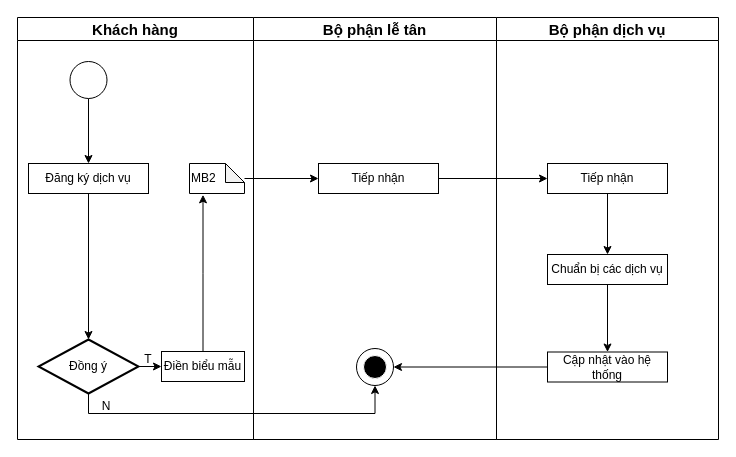
Before: chart_2.drawio in gakucode0602/Chart, a draw.io diagram. Source tidied: cells renumbered, new cells numbered last; positions are measured from the earlier drawing's top-left corner, leaving out a move shared by most shapes. Both pictures are drawn from the tidied source at 100%, with x=0, y=0 at pixel (17, 17).
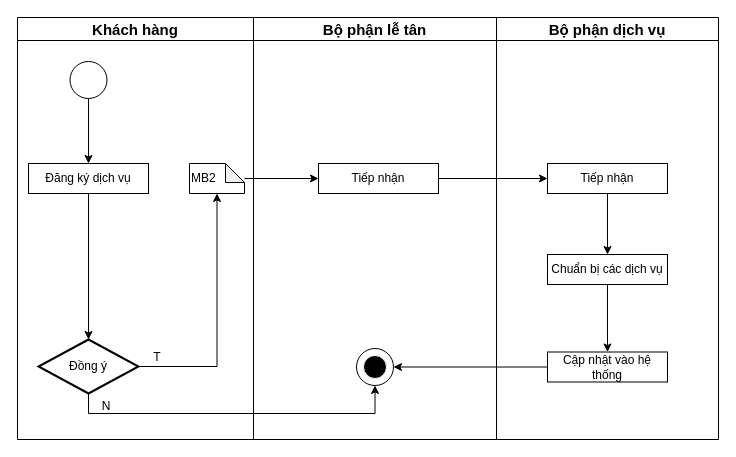
The same page after the edit.

Commit message:
Cập nhật chart_2.drawio

The change refers to these unchanged cells:
```xml
<mxCell id="2" value="Khách hàng" style="swimlane;whiteSpace=wrap;html=1;fontSize=15;" parent="1" vertex="1">
  <mxGeometry width="236" height="422" as="geometry" />
</mxCell>
<mxCell id="7" value="MB2" style="shape=note;whiteSpace=wrap;html=1;backgroundOutline=1;darkOpacity=0.05;size=19;align=left;" parent="2" vertex="1">
  <mxGeometry x="172" y="146" width="55" height="30" as="geometry" />
</mxCell>
<mxCell id="9" value="Đồng ý" style="strokeWidth=2;html=1;shape=mxgraph.flowchart.decision;whiteSpace=wrap;" parent="2" vertex="1">
  <mxGeometry x="21" y="322" width="100" height="54" as="geometry" />
</mxCell>
```

Change to the diagram source:
```diff
@@
-    <mxCell id="8" style="edgeStyle=orthogonalEdgeStyle;rounded=0;jettySize=auto;html=1;entryX=0;entryY=0.5;entryDx=0;entryDy=0;" parent="2" edge="1" source="9" target="11">
-      <mxGeometry relative="1" as="geometry" />
-    </mxCell>
@@
-    <mxCell id="10" style="edgeStyle=orthogonalEdgeStyle;rounded=0;jettySize=auto;html=1;" parent="2" edge="1" source="11">
-      <mxGeometry relative="1" as="geometry">
-        <mxPoint x="185.5" y="177.3" as="targetPoint" />
-      </mxGeometry>
-    </mxCell>
-    <mxCell id="11" value="Điền biểu mẫu" style="rounded=0;whiteSpace=wrap;html=1;" parent="2" vertex="1">
-      <mxGeometry x="144" y="334" width="83" height="30" as="geometry" />
-    </mxCell>
     <mxCell id="12" value="T" style="text;html=1;align=center;verticalAlign=middle;whiteSpace=wrap;rounded=0;" parent="2" vertex="1">
-      <mxGeometry x="115" y="334" width="32" height="16" as="geometry" />
+      <mxGeometry x="124" y="332" width="32" height="16" as="geometry" />
     </mxCell>
@@
+    <mxCell id="28" style="edgeStyle=orthogonalEdgeStyle;rounded=0;jettySize=auto;html=1;entryX=0.5;entryY=1;entryDx=0;entryDy=0;entryPerimeter=0;" parent="2" edge="1" source="9" target="7">
+      <mxGeometry relative="1" as="geometry" />
+    </mxCell>
```
